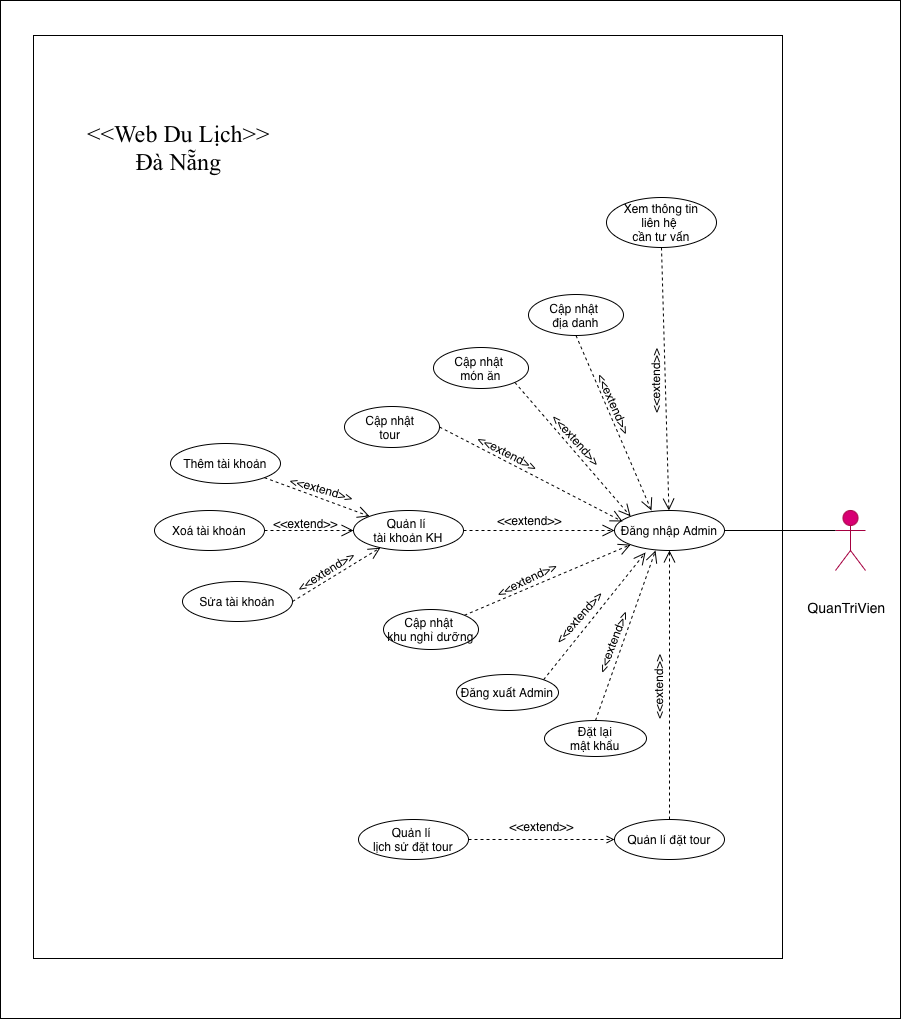
This is USE CASE DIAGRAM_ADMIN.drawio.png from MinhCaoPC/DOAN, a draw.io export, as it was before one commit. Source tidied: cells renumbered, new cells last; positions are measured from the earlier drawing's top-left corner, leaving out a move shared by most shapes.
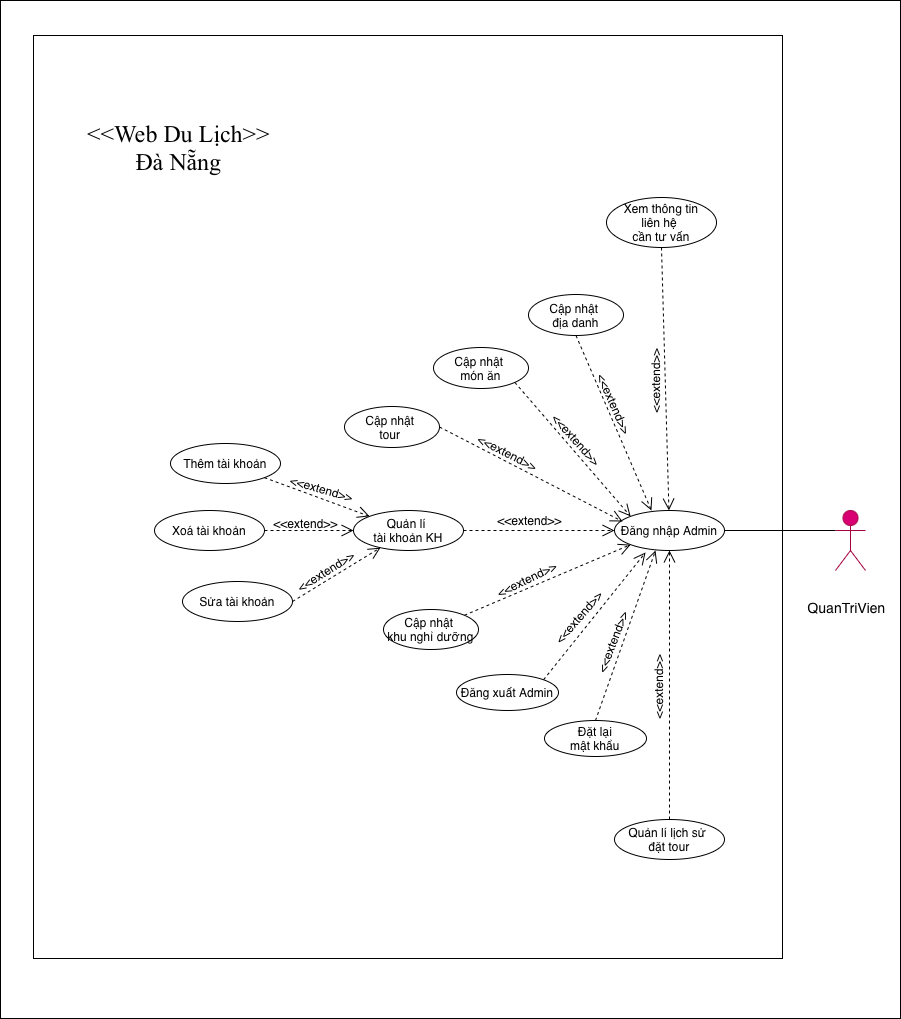
After the commit.

Commit message:
Cập nhật diagram

Diff of the diagram source:
```diff
@@ -41,7 +41,7 @@
     <mxCell id="12" style="rounded=0;jettySize=auto;html=1;exitX=0.5;exitY=0;exitDx=0;exitDy=0;entryX=0.5;entryY=1;entryDx=0;entryDy=0;endArrow=open;endFill=0;endSize=10;dashed=1;" parent="1" edge="1" source="13" target="14">
       <mxGeometry relative="1" as="geometry" />
     </mxCell>
-    <mxCell id="13" value="&lt;div&gt;Quản lí đặt tour&lt;/div&gt;" style="ellipse;whiteSpace=wrap;html=1;direction=east;" parent="1" vertex="1">
+    <mxCell id="13" value="&lt;div&gt;Quản lí lịch sử&amp;nbsp;&lt;/div&gt;&lt;div&gt;đặt tour&lt;/div&gt;" style="ellipse;whiteSpace=wrap;html=1;direction=east;" parent="1" vertex="1">
       <mxGeometry x="614" y="819" width="110" height="40" as="geometry" />
     </mxCell>
     <mxCell id="14" value="&lt;div&gt;Đăng nhập Admin&lt;/div&gt;" style="ellipse;whiteSpace=wrap;html=1;direction=east;" parent="1" vertex="1">
@@ -74,12 +74,6 @@
     <mxCell id="23" value="&lt;div&gt;Xoá tài khoản&lt;/div&gt;" style="ellipse;whiteSpace=wrap;html=1;direction=east;" parent="1" vertex="1">
       <mxGeometry x="154" y="510" width="110" height="40" as="geometry" />
     </mxCell>
-    <mxCell id="24" style="edgeStyle=orthogonalEdgeStyle;rounded=0;jettySize=auto;html=1;exitX=1;exitY=0.5;exitDx=0;exitDy=0;entryX=0;entryY=0.5;entryDx=0;entryDy=0;dashed=1;endArrow=open;endFill=0;" parent="1" edge="1" source="25" target="13">
-      <mxGeometry relative="1" as="geometry" />
-    </mxCell>
-    <mxCell id="25" value="&lt;div&gt;Quản lí&amp;nbsp;&lt;/div&gt;&lt;div&gt;lịch sử đặt tour&lt;/div&gt;" style="ellipse;whiteSpace=wrap;html=1;direction=east;" parent="1" vertex="1">
-      <mxGeometry x="358" y="819" width="110" height="40" as="geometry" />
-    </mxCell>
     <mxCell id="26" value="&lt;div&gt;Thêm tài khoản&lt;/div&gt;" style="ellipse;whiteSpace=wrap;html=1;direction=east;" parent="1" vertex="1">
       <mxGeometry x="170" y="443" width="110" height="40" as="geometry" />
     </mxCell>
@@ -89,9 +83,6 @@
     <mxCell id="28" value="&amp;lt;&amp;lt;extend&amp;gt;&amp;gt;" style="text;html=1;align=center;verticalAlign=middle;strokeColor=none;fillColor=none;rotation=328;" parent="1" vertex="1">
       <mxGeometry x="284" y="558" width="82" height="26" as="geometry" />
     </mxCell>
-    <mxCell id="29" value="&amp;lt;&amp;lt;extend&amp;gt;&amp;gt;" style="text;html=1;align=center;verticalAlign=middle;strokeColor=none;fillColor=none;rotation=0;" parent="1" vertex="1">
-      <mxGeometry x="500" y="813" width="82" height="26" as="geometry" />
-    </mxCell>
     <mxCell id="30" value="&amp;lt;&amp;lt;extend&amp;gt;&amp;gt;" style="text;html=1;align=center;verticalAlign=middle;strokeColor=none;fillColor=none;rotation=0;" parent="1" vertex="1">
       <mxGeometry x="264" y="510" width="82" height="26" as="geometry" />
     </mxCell>
```
